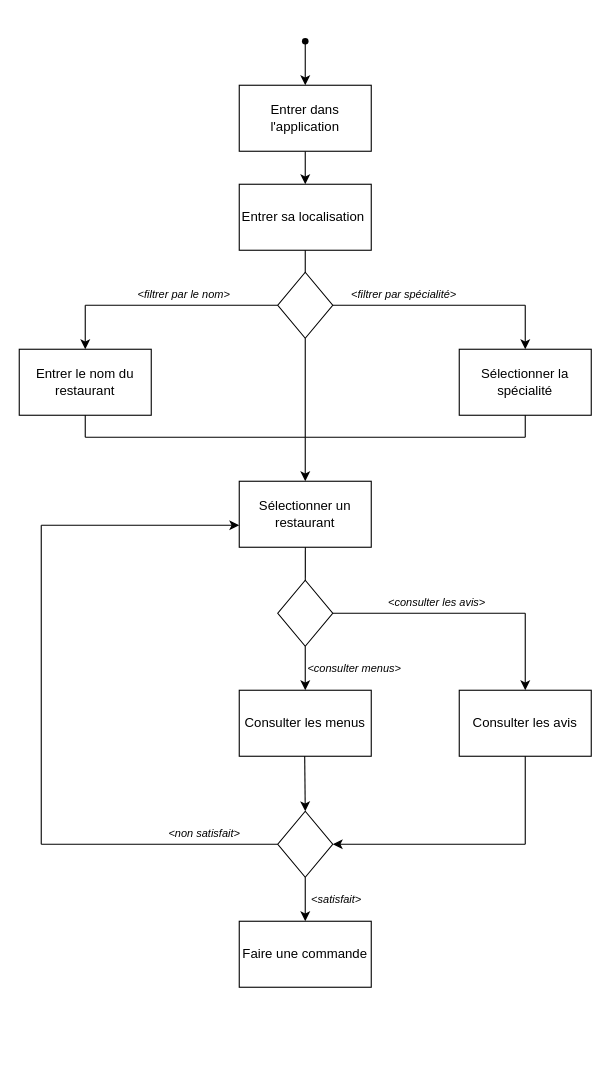
Earlier version of the draw.io diagram page "Page-1" (1 of 2) of diagrammes/diagramme_activite.drawio (TheAIWizard/Ensaeats). Source tidied: cells renumbered, new cells numbered last; positions are measured from the earlier drawing's top-left corner, leaving out a move shared by most shapes. Both pictures are drawn from the tidied source at 110%, with x=0, y=0 at pixel (19, 19).
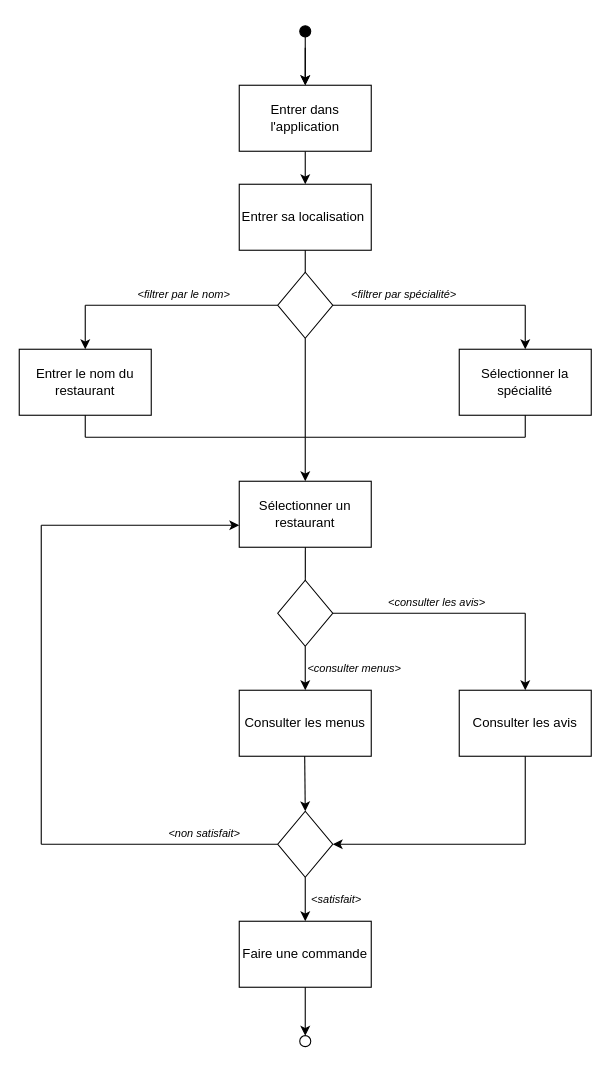
The same diagram, later.

The change refers to these unchanged cells:
```xml
<mxCell id="9" value="Entrer dans l'application" style="whiteSpace=wrap;html=1;" parent="1" vertex="1">
  <mxGeometry x="200" y="60" width="120" height="60" as="geometry" />
</mxCell>
<mxCell id="24" value="Faire une commande" style="whiteSpace=wrap;html=1;" parent="1" vertex="1">
  <mxGeometry x="200" y="820" width="120" height="60" as="geometry" />
</mxCell>
```

What changed in the source:
```diff
@@
-    <mxCell id="2" style="shape=waypoint;fillStyle=solid;size=6;points=[];fillColor=none;perimeter=centerPerimeter;snapToPoint=1;strokeColor=#000000;" parent="1" vertex="1">
-      <mxGeometry x="240" width="40" height="40" as="geometry" />
-    </mxCell>
-    <mxCell id="3" style="endArrow=classic;html=1;exitX=0.575;exitY=0.525;exitDx=0;exitDy=0;exitPerimeter=0;entryX=0.5;entryY=0;entryDx=0;entryDy=0;strokeColor=#000000;" parent="1" edge="1" source="2" target="9">
-      <mxGeometry relative="1" as="geometry" />
+    <mxCell id="3" style="endArrow=classic;html=1;entryX=0.5;entryY=0;entryDx=0;entryDy=0;strokeColor=#000000;" parent="1" edge="1" target="9">
+      <mxGeometry relative="1" as="geometry">
+        <mxPoint x="260" y="26" as="sourcePoint" />
+      </mxGeometry>
     </mxCell>
@@
+    <mxCell id="45" style="edgeStyle=orthogonalEdgeStyle;rounded=0;jettySize=auto;html=1;" parent="1" edge="1" source="46" target="9">
+      <mxGeometry relative="1" as="geometry" />
+    </mxCell>
+    <mxCell id="46" style="ellipse;html=1;verticalLabelPosition=bottom;labelBackgroundColor=#ffffff;verticalAlign=top;fillColor=#000000;" parent="1" vertex="1">
+      <mxGeometry x="255" y="6" width="10" height="10" as="geometry" />
+    </mxCell>
+    <mxCell id="47" style="ellipse;html=1;verticalLabelPosition=bottom;labelBackgroundColor=#ffffff;verticalAlign=top;fillColor=#ffffff;direction=south;" parent="1" vertex="1">
+      <mxGeometry x="255" y="924" width="10" height="10" as="geometry" />
+    </mxCell>
+    <mxCell id="48" style="endArrow=classic;html=1;exitX=0.5;exitY=1;exitDx=0;exitDy=0;entryX=0;entryY=0.5;entryDx=0;entryDy=0;" parent="1" edge="1" source="24" target="47">
+      <mxGeometry relative="1" as="geometry" />
+    </mxCell>
```
